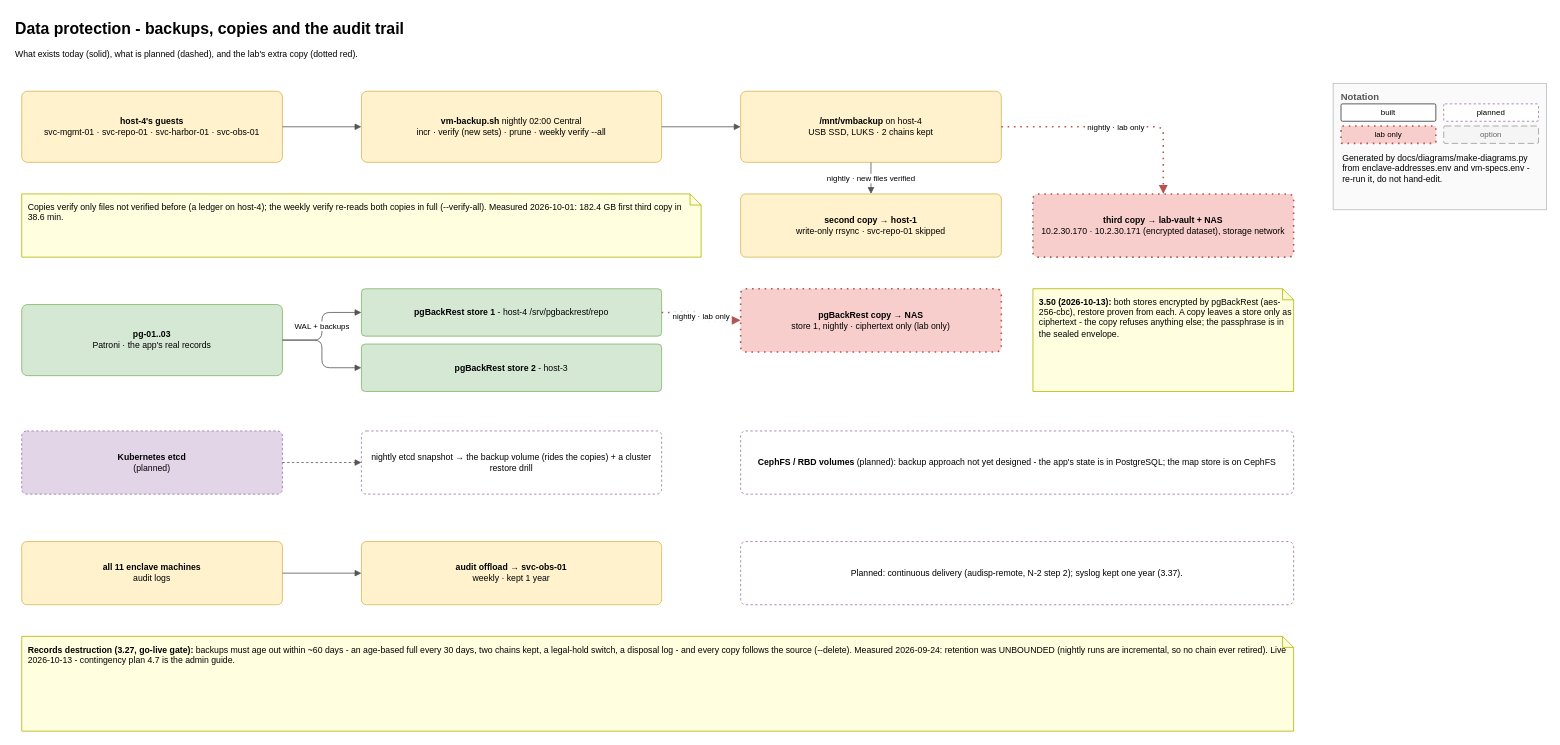
The draw.io diagram docs/diagrams/06-data-protection.drawio in mcveybrian-ship-it/canonical-k8s, before the edit. Source tidied: cells renumbered, new cells numbered last; positions are measured from the earlier drawing's top-left corner, leaving out a move shared by most shapes. Both pictures are drawn from the tidied source at 79%, with x=0, y=0 at pixel (13, 13).
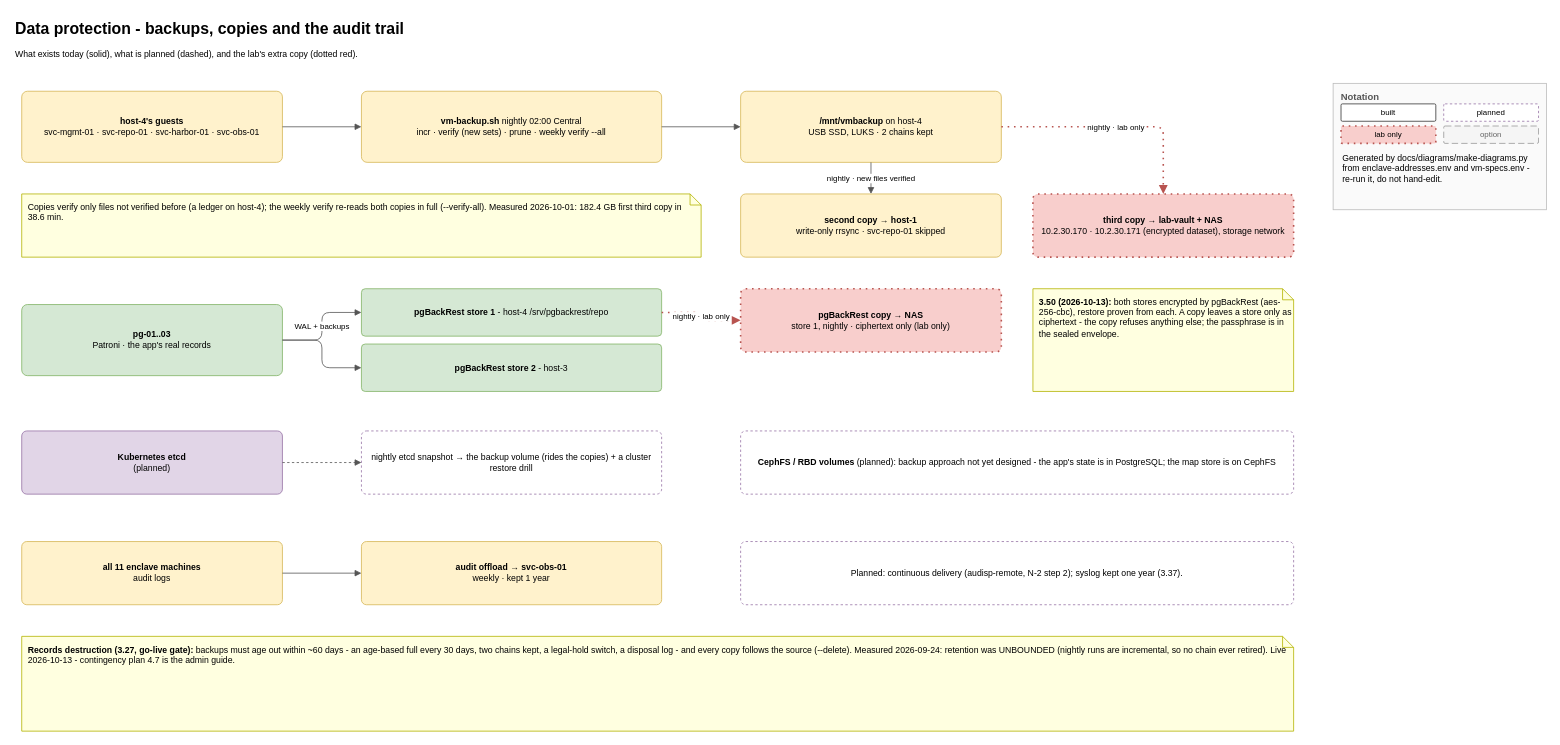
Above is the later version.

Diff of the diagram source:
```diff
@@
-    <mxCell id="28" value="&lt;b&gt;Kubernetes etcd&lt;/b&gt;&lt;br&gt;(planned)" style="rounded=1;whiteSpace=wrap;html=1;arcSize=8;fillColor=#e1d5e7;strokeColor=#9673a6;dashed=1;fontSize=11;" parent="1" vertex="1">
+    <mxCell id="28" value="&lt;b&gt;Kubernetes etcd&lt;/b&gt;&lt;br&gt;(planned)" style="rounded=1;whiteSpace=wrap;html=1;arcSize=8;fillColor=#e1d5e7;strokeColor=#9673a6;fontSize=11;" parent="1" vertex="1">
       <mxGeometry x="10" y="528" width="330" height="80" as="geometry" />
     </mxCell>
```
